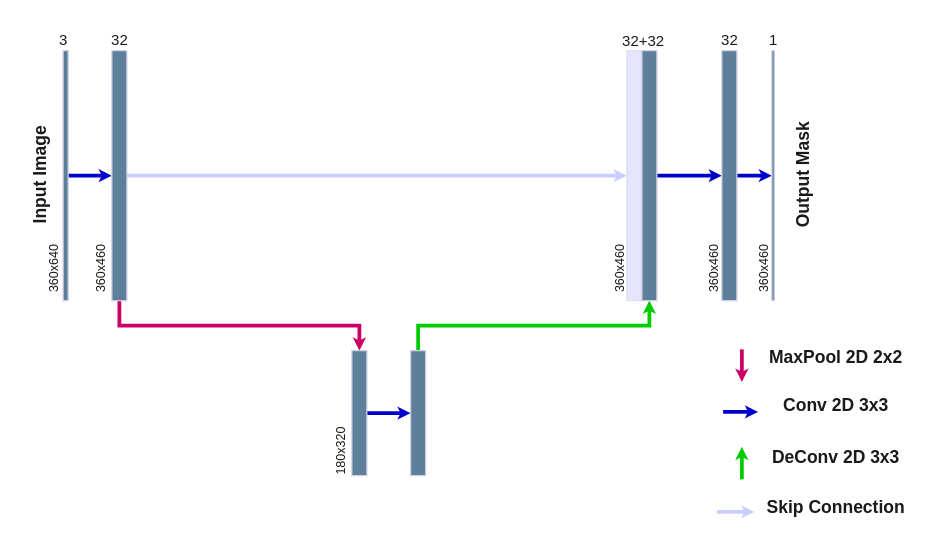
farzin23i/Segmentation keeps this draw.io diagram as CNN1.drawio. Above is the earlier version. Source tidied: cells renumbered, new cells numbered last; positions are measured from the earlier drawing's top-left corner, leaving out a move shared by most shapes. Both pictures are drawn from the tidied source at 125%, with x=0, y=0 at pixel (-22, 21).
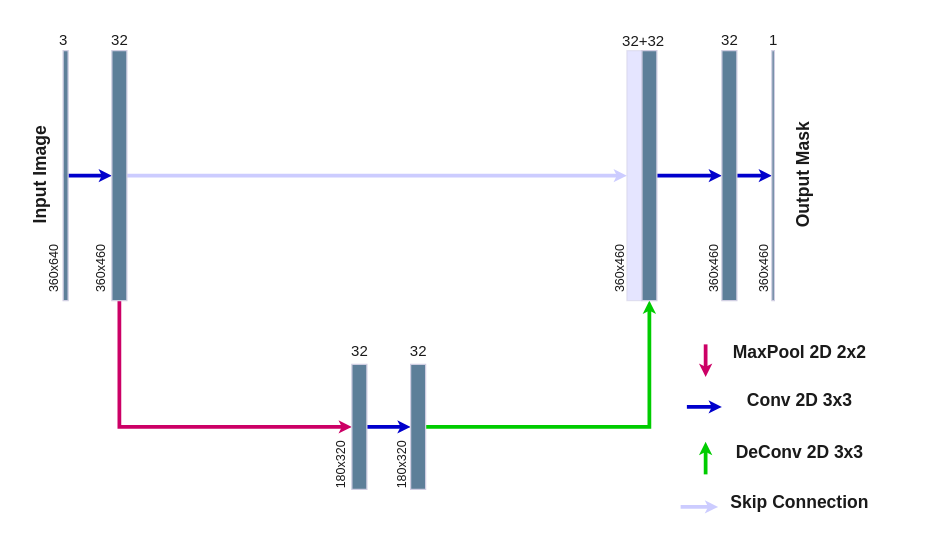
After the change.

The change refers to these unchanged cells:
```xml
<mxCell id="6" style="whiteSpace=wrap;html=1;labelBackgroundColor=none;fillColor=#5D7F99;strokeColor=#D0CEE2;fontColor=#1A1A1A;" parent="1" vertex="1">
  <mxGeometry x="107" y="23" width="12" height="200" as="geometry" />
</mxCell>
<mxCell id="11" style="whiteSpace=wrap;html=1;labelBackgroundColor=none;fillColor=#5D7F99;strokeColor=#D0CEE2;fontColor=#1A1A1A;" parent="1" vertex="1">
  <mxGeometry x="531" y="23" width="12" height="200" as="geometry" />
</mxCell>
```

Change to the diagram source:
```diff
@@
-    <mxCell id="4" style="edgeStyle=orthogonalEdgeStyle;rounded=0;jettySize=auto;html=1;exitX=0.5;exitY=1;exitDx=0;exitDy=0;entryX=0.5;entryY=0;entryDx=0;entryDy=0;strokeColor=#CC0066;fontColor=#1A1A1A;strokeWidth=3;endSize=1;" parent="1" edge="1" source="6" target="8">
+    <mxCell id="4" style="edgeStyle=orthogonalEdgeStyle;rounded=0;jettySize=auto;html=1;exitX=0.5;exitY=1;exitDx=0;exitDy=0;entryX=0;entryY=0.5;entryDx=0;entryDy=0;strokeColor=#CC0066;fontColor=#1A1A1A;strokeWidth=3;endSize=1;" parent="1" edge="1" source="6" target="8">
       <mxGeometry relative="1" as="geometry" />
     </mxCell>
@@
     <mxCell id="8" style="whiteSpace=wrap;html=1;labelBackgroundColor=none;fillColor=#5D7F99;strokeColor=#D0CEE2;fontColor=#1A1A1A;" parent="1" vertex="1">
-      <mxGeometry x="299" y="263" width="12" height="100" as="geometry" />
+      <mxGeometry x="299" y="274" width="12" height="100" as="geometry" />
     </mxCell>
-    <mxCell id="9" style="edgeStyle=orthogonalEdgeStyle;rounded=0;jettySize=auto;html=1;exitX=0.5;exitY=0;exitDx=0;exitDy=0;entryX=0.5;entryY=1;entryDx=0;entryDy=0;strokeColor=#00CC00;fontColor=#1A1A1A;strokeWidth=3;endSize=1;" parent="1" edge="1" source="37" target="11">
+    <mxCell id="9" style="edgeStyle=orthogonalEdgeStyle;rounded=0;jettySize=auto;html=1;entryX=0.5;entryY=1;entryDx=0;entryDy=0;strokeColor=#00CC00;fontColor=#1A1A1A;strokeWidth=3;endSize=1;exitX=1;exitY=0.5;exitDx=0;exitDy=0;" parent="1" edge="1" source="37" target="11">
       <mxGeometry relative="1" as="geometry" />
     </mxCell>
@@
     <mxCell id="16" style="edgeStyle=orthogonalEdgeStyle;rounded=0;orthogonalLoop=1;jettySize=auto;html=1;exitX=0.5;exitY=0;exitDx=0;exitDy=0;strokeColor=#0000CC;fontColor=#1A1A1A;strokeWidth=3;endSize=1;" parent="1" edge="1">
       <mxGeometry relative="1" as="geometry">
-        <mxPoint x="596" y="312" as="sourcePoint" />
-        <mxPoint x="624" y="312" as="targetPoint" />
+        <mxPoint x="567" y="308" as="sourcePoint" />
+        <mxPoint x="595" y="308" as="targetPoint" />
       </mxGeometry>
     </mxCell>
     <mxCell id="17" style="edgeStyle=orthogonalEdgeStyle;rounded=0;orthogonalLoop=1;jettySize=auto;html=1;exitX=0.5;exitY=0;exitDx=0;exitDy=0;entryX=0.5;entryY=1;entryDx=0;entryDy=0;strokeColor=#00CC00;fontColor=#1A1A1A;strokeWidth=3;endSize=1;" parent="1" edge="1">
       <mxGeometry relative="1" as="geometry">
-        <mxPoint x="611" y="366" as="sourcePoint" />
-        <mxPoint x="611" y="340" as="targetPoint" />
+        <mxPoint x="582" y="362" as="sourcePoint" />
+        <mxPoint x="582" y="336" as="targetPoint" />
       </mxGeometry>
     </mxCell>
     <mxCell id="18" style="edgeStyle=orthogonalEdgeStyle;rounded=0;orthogonalLoop=1;jettySize=auto;html=1;strokeColor=#CCCCFF;fontColor=#1A1A1A;strokeWidth=3;endSize=1;" parent="1" edge="1">
       <mxGeometry relative="1" as="geometry">
-        <mxPoint x="591" y="392" as="sourcePoint" />
-        <mxPoint x="621" y="392" as="targetPoint" />
+        <mxPoint x="562" y="388" as="sourcePoint" />
+        <mxPoint x="592" y="388" as="targetPoint" />
       </mxGeometry>
     </mxCell>
     <mxCell id="19" style="edgeStyle=orthogonalEdgeStyle;rounded=0;orthogonalLoop=1;jettySize=auto;html=1;exitX=0.5;exitY=1;exitDx=0;exitDy=0;entryX=0.5;entryY=0;entryDx=0;entryDy=0;strokeColor=#CC0066;fontColor=#1A1A1A;strokeWidth=3;endSize=1;" parent="1" edge="1">
       <mxGeometry relative="1" as="geometry">
-        <mxPoint x="611" y="262" as="sourcePoint" />
-        <mxPoint x="611" y="288" as="targetPoint" />
+        <mxPoint x="582" y="258" as="sourcePoint" />
+        <mxPoint x="582" y="284" as="targetPoint" />
       </mxGeometry>
     </mxCell>
     <mxCell id="20" value="MaxPool 2D 2x2" style="text;html=1;align=center;verticalAlign=middle;strokeColor=none;fillColor=none;fontColor=#1A1A1A;fontSize=14;fontStyle=1;" parent="1" vertex="1">
-      <mxGeometry x="621" y="253" width="130" height="30" as="geometry" />
+      <mxGeometry x="592" y="249" width="130" height="30" as="geometry" />
     </mxCell>
     <mxCell id="21" value="Conv 2D 3x3" style="text;html=1;align=center;verticalAlign=middle;strokeColor=none;fillColor=none;fontColor=#1A1A1A;fontSize=14;fontStyle=1;" parent="1" vertex="1">
-      <mxGeometry x="631" y="292" width="110" height="30" as="geometry" />
+      <mxGeometry x="602" y="288" width="110" height="30" as="geometry" />
     </mxCell>
     <mxCell id="22" value="DeConv 2D 3x3" style="text;html=1;align=center;verticalAlign=middle;strokeColor=none;fillColor=none;fontColor=#1A1A1A;fontSize=14;fontStyle=1;" parent="1" vertex="1">
-      <mxGeometry x="621" y="333" width="130" height="30" as="geometry" />
+      <mxGeometry x="592" y="329" width="130" height="30" as="geometry" />
     </mxCell>
     <mxCell id="23" value="Skip Connection" style="text;html=1;align=center;verticalAlign=middle;strokeColor=none;fillColor=none;fontColor=#1A1A1A;fontSize=14;fontStyle=1;" parent="1" vertex="1">
-      <mxGeometry x="621" y="373" width="130" height="30" as="geometry" />
+      <mxGeometry x="592" y="369" width="130" height="30" as="geometry" />
     </mxCell>
@@
     <mxCell id="36" value="180x320" style="text;html=1;align=center;verticalAlign=middle;strokeColor=none;fillColor=none;fontColor=#1A1A1A;rotation=-90;fontSize=10;" parent="1" vertex="1">
-      <mxGeometry x="260" y="329" width="60" height="30" as="geometry" />
+      <mxGeometry x="260" y="340" width="60" height="30" as="geometry" />
     </mxCell>
     <mxCell id="37" style="whiteSpace=wrap;html=1;labelBackgroundColor=none;fillColor=#5D7F99;strokeColor=#D0CEE2;fontColor=#1A1A1A;" parent="1" vertex="1">
-      <mxGeometry x="346" y="263" width="12" height="100" as="geometry" />
+      <mxGeometry x="346" y="274" width="12" height="100" as="geometry" />
     </mxCell>
+    <mxCell id="38" value="32" style="text;html=1;align=center;verticalAlign=middle;strokeColor=none;fillColor=none;fontColor=#1A1A1A;" parent="1" vertex="1">
+      <mxGeometry x="285" y="249" width="40" height="30" as="geometry" />
+    </mxCell>
+    <mxCell id="39" value="32" style="text;html=1;align=center;verticalAlign=middle;strokeColor=none;fillColor=none;fontColor=#1A1A1A;" parent="1" vertex="1">
+      <mxGeometry x="332" y="249" width="40" height="30" as="geometry" />
+    </mxCell>
+    <mxCell id="40" value="180x320" style="text;html=1;align=center;verticalAlign=middle;strokeColor=none;fillColor=none;fontColor=#1A1A1A;rotation=-90;fontSize=10;" parent="1" vertex="1">
+      <mxGeometry x="309" y="340" width="60" height="30" as="geometry" />
+    </mxCell>
```
